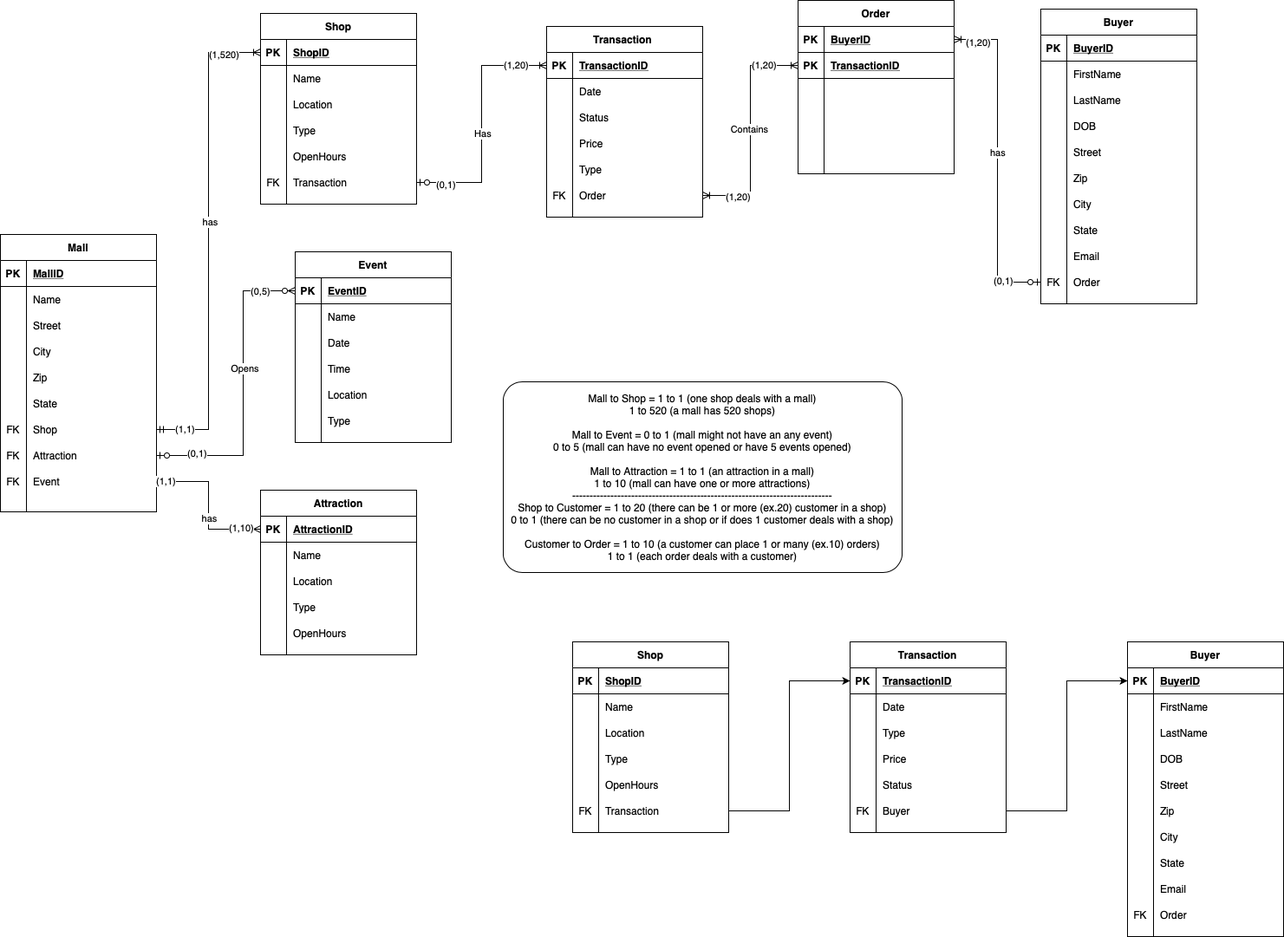
Above: GroupAssignment2.png in Ziyahh22/Project- (draw.io), before the change. Source tidied: cells renumbered, new cells last; positions are measured from the earlier drawing's top-left corner, leaving out a move shared by most shapes.
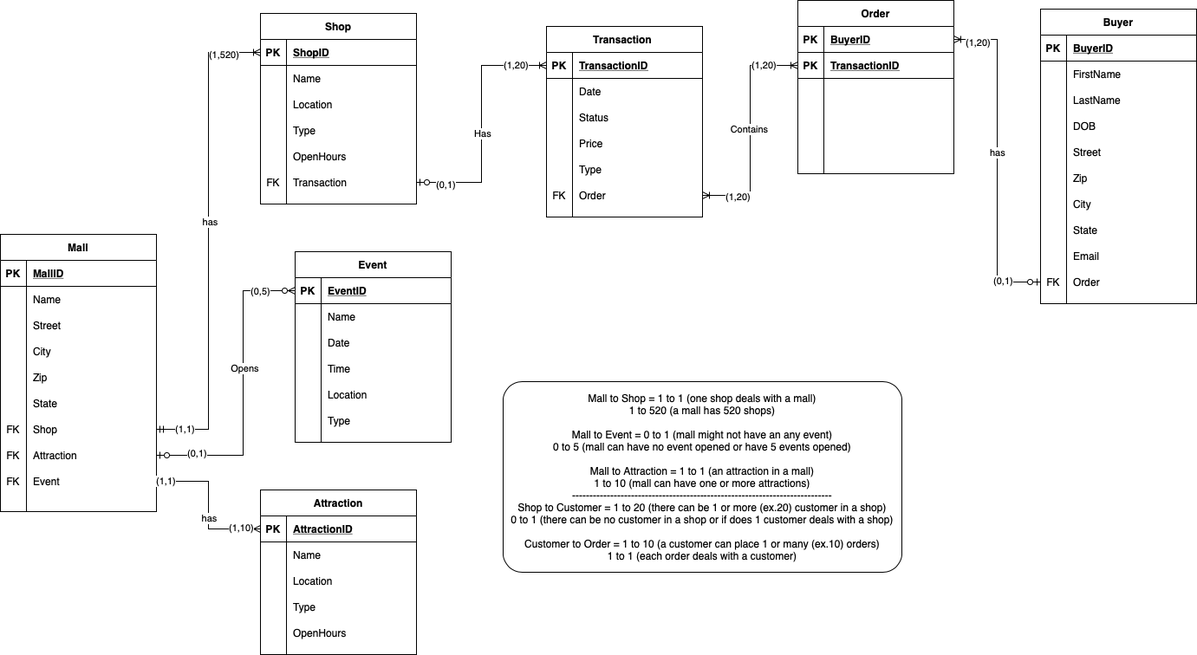
After the commit.

What changed in the source:
```diff
@@ -459,219 +459,6 @@
     <mxCell id="149" value="(0,1)" style="edgeLabel;html=1;align=center;verticalAlign=middle;" parent="146" vertex="1">
       <mxGeometry x="-0.74" y="3" relative="1" as="geometry" />
     </mxCell>
-    <mxCell id="150" value="Shop" style="shape=table;startSize=30;rowLines=0;fontStyle=1;align=center;" parent="1" vertex="1">
-      <mxGeometry x="660" y="740" width="180" height="220" as="geometry" />
-    </mxCell>
-    <mxCell id="151" style="shape=partialRectangle;fillColor=none;top=0;left=0;bottom=1;right=0;" parent="150" vertex="1">
-      <mxGeometry y="30" width="180" height="30" as="geometry" />
-    </mxCell>
-    <mxCell id="152" value="PK" style="shape=partialRectangle;fillColor=none;top=0;left=0;bottom=0;right=0;fontStyle=1;overflow=hidden;" parent="151" vertex="1">
-      <mxGeometry width="30" height="30" as="geometry" />
-    </mxCell>
-    <mxCell id="153" value="ShopID" style="shape=partialRectangle;fillColor=none;top=0;left=0;bottom=0;right=0;align=left;spacingLeft=6;fontStyle=5;overflow=hidden;" parent="151" vertex="1">
-      <mxGeometry x="30" width="150" height="30" as="geometry" />
-    </mxCell>
-    <mxCell id="154" style="shape=partialRectangle;fillColor=none;top=0;left=0;bottom=0;right=0;" parent="150" vertex="1">
-      <mxGeometry y="60" width="180" height="30" as="geometry" />
-    </mxCell>
-    <mxCell id="155" style="shape=partialRectangle;fillColor=none;top=0;left=0;bottom=0;right=0;overflow=hidden;" parent="154" vertex="1">
-      <mxGeometry width="30" height="30" as="geometry" />
-    </mxCell>
-    <mxCell id="156" value="Name" style="shape=partialRectangle;fillColor=none;top=0;left=0;bottom=0;right=0;align=left;spacingLeft=6;overflow=hidden;" parent="154" vertex="1">
-      <mxGeometry x="30" width="150" height="30" as="geometry" />
-    </mxCell>
-    <mxCell id="157" style="shape=partialRectangle;fillColor=none;top=0;left=0;bottom=0;right=0;" parent="150" vertex="1">
-      <mxGeometry y="90" width="180" height="30" as="geometry" />
-    </mxCell>
-    <mxCell id="158" style="shape=partialRectangle;fillColor=none;top=0;left=0;bottom=0;right=0;overflow=hidden;" parent="157" vertex="1">
-      <mxGeometry width="30" height="30" as="geometry" />
-    </mxCell>
-    <mxCell id="159" value="Location" style="shape=partialRectangle;fillColor=none;top=0;left=0;bottom=0;right=0;align=left;spacingLeft=6;overflow=hidden;" parent="157" vertex="1">
-      <mxGeometry x="30" width="150" height="30" as="geometry" />
-    </mxCell>
-    <mxCell id="160" style="shape=partialRectangle;fillColor=none;top=0;left=0;bottom=0;right=0;" parent="150" vertex="1">
-      <mxGeometry y="120" width="180" height="30" as="geometry" />
-    </mxCell>
-    <mxCell id="161" style="shape=partialRectangle;fillColor=none;top=0;left=0;bottom=0;right=0;overflow=hidden;" parent="160" vertex="1">
-      <mxGeometry width="30" height="30" as="geometry" />
-    </mxCell>
-    <mxCell id="162" value="Type" style="shape=partialRectangle;fillColor=none;top=0;left=0;bottom=0;right=0;align=left;spacingLeft=6;overflow=hidden;" parent="160" vertex="1">
-      <mxGeometry x="30" width="150" height="30" as="geometry" />
-    </mxCell>
-    <mxCell id="163" style="shape=partialRectangle;fillColor=none;top=0;left=0;bottom=0;right=0;" parent="150" vertex="1">
-      <mxGeometry y="150" width="180" height="30" as="geometry" />
-    </mxCell>
-    <mxCell id="164" style="shape=partialRectangle;fillColor=none;top=0;left=0;bottom=0;right=0;overflow=hidden;" parent="163" vertex="1">
-      <mxGeometry width="30" height="30" as="geometry" />
-    </mxCell>
-    <mxCell id="165" value="OpenHours" style="shape=partialRectangle;fillColor=none;top=0;left=0;bottom=0;right=0;align=left;spacingLeft=6;overflow=hidden;" parent="163" vertex="1">
-      <mxGeometry x="30" width="150" height="30" as="geometry" />
-    </mxCell>
-    <mxCell id="166" style="shape=partialRectangle;fillColor=none;top=0;left=0;bottom=0;right=0;points=[[0,0.5],[1,0.5]];portConstraint=eastwest;" parent="150" vertex="1">
-      <mxGeometry y="180" width="180" height="30" as="geometry" />
-    </mxCell>
-    <mxCell id="167" value="FK" style="shape=partialRectangle;fillColor=none;top=0;left=0;bottom=0;right=0;overflow=hidden;" parent="166" vertex="1">
-      <mxGeometry width="30" height="30" as="geometry" />
-    </mxCell>
-    <mxCell id="168" value="Transaction" style="shape=partialRectangle;fillColor=none;top=0;left=0;bottom=0;right=0;align=left;spacingLeft=6;overflow=hidden;" parent="166" vertex="1">
-      <mxGeometry x="30" width="150" height="30" as="geometry" />
-    </mxCell>
-    <mxCell id="169" value="Buyer" style="shape=table;startSize=30;rowLines=0;fontStyle=1;align=center;" parent="1" vertex="1">
-      <mxGeometry x="1300" y="740" width="180" height="340" as="geometry" />
-    </mxCell>
-    <mxCell id="170" style="shape=partialRectangle;fillColor=none;top=0;left=0;bottom=1;right=0;points=[[0,0.5],[1,0.5]];portConstraint=eastwest;" parent="169" vertex="1">
-      <mxGeometry y="30" width="180" height="30" as="geometry" />
-    </mxCell>
-    <mxCell id="171" value="PK" style="shape=partialRectangle;fillColor=none;top=0;left=0;bottom=0;right=0;fontStyle=1;overflow=hidden;" parent="170" vertex="1">
-      <mxGeometry width="30" height="30" as="geometry" />
-    </mxCell>
-    <mxCell id="172" value="BuyerID" style="shape=partialRectangle;fillColor=none;top=0;left=0;bottom=0;right=0;align=left;spacingLeft=6;fontStyle=5;overflow=hidden;" parent="170" vertex="1">
-      <mxGeometry x="30" width="150" height="30" as="geometry" />
-    </mxCell>
-    <mxCell id="173" style="shape=partialRectangle;fillColor=none;top=0;left=0;bottom=0;right=0;" parent="169" vertex="1">
-      <mxGeometry y="60" width="180" height="30" as="geometry" />
-    </mxCell>
-    <mxCell id="174" style="shape=partialRectangle;fillColor=none;top=0;left=0;bottom=0;right=0;overflow=hidden;" parent="173" vertex="1">
-      <mxGeometry width="30" height="30" as="geometry" />
-    </mxCell>
-    <mxCell id="175" value="FirstName" style="shape=partialRectangle;fillColor=none;top=0;left=0;bottom=0;right=0;align=left;spacingLeft=6;overflow=hidden;" parent="173" vertex="1">
-      <mxGeometry x="30" width="150" height="30" as="geometry" />
-    </mxCell>
-    <mxCell id="176" style="shape=partialRectangle;fillColor=none;top=0;left=0;bottom=0;right=0;" parent="169" vertex="1">
-      <mxGeometry y="90" width="180" height="30" as="geometry" />
-    </mxCell>
-    <mxCell id="177" style="shape=partialRectangle;fillColor=none;top=0;left=0;bottom=0;right=0;overflow=hidden;" parent="176" vertex="1">
-      <mxGeometry width="30" height="30" as="geometry" />
-    </mxCell>
-    <mxCell id="178" value="LastName" style="shape=partialRectangle;fillColor=none;top=0;left=0;bottom=0;right=0;align=left;spacingLeft=6;overflow=hidden;" parent="176" vertex="1">
-      <mxGeometry x="30" width="150" height="30" as="geometry" />
-    </mxCell>
-    <mxCell id="179" style="shape=partialRectangle;fillColor=none;top=0;left=0;bottom=0;right=0;" parent="169" vertex="1">
-      <mxGeometry y="120" width="180" height="30" as="geometry" />
-    </mxCell>
-    <mxCell id="180" style="shape=partialRectangle;fillColor=none;top=0;left=0;bottom=0;right=0;overflow=hidden;" parent="179" vertex="1">
-      <mxGeometry width="30" height="30" as="geometry" />
-    </mxCell>
-    <mxCell id="181" value="DOB" style="shape=partialRectangle;fillColor=none;top=0;left=0;bottom=0;right=0;align=left;spacingLeft=6;overflow=hidden;" parent="179" vertex="1">
-      <mxGeometry x="30" width="150" height="30" as="geometry" />
-    </mxCell>
-    <mxCell id="182" style="shape=partialRectangle;fillColor=none;top=0;left=0;bottom=0;right=0;" parent="169" vertex="1">
-      <mxGeometry y="150" width="180" height="30" as="geometry" />
-    </mxCell>
-    <mxCell id="183" style="shape=partialRectangle;fillColor=none;top=0;left=0;bottom=0;right=0;overflow=hidden;" parent="182" vertex="1">
-      <mxGeometry width="30" height="30" as="geometry" />
-    </mxCell>
-    <mxCell id="184" value="Street" style="shape=partialRectangle;fillColor=none;top=0;left=0;bottom=0;right=0;align=left;spacingLeft=6;overflow=hidden;" parent="182" vertex="1">
-      <mxGeometry x="30" width="150" height="30" as="geometry" />
-    </mxCell>
-    <mxCell id="185" style="shape=partialRectangle;fillColor=none;top=0;left=0;bottom=0;right=0;" parent="169" vertex="1">
-      <mxGeometry y="180" width="180" height="30" as="geometry" />
-    </mxCell>
-    <mxCell id="186" style="shape=partialRectangle;fillColor=none;top=0;left=0;bottom=0;right=0;overflow=hidden;" parent="185" vertex="1">
-      <mxGeometry width="30" height="30" as="geometry" />
-    </mxCell>
-    <mxCell id="187" value="Zip" style="shape=partialRectangle;fillColor=none;top=0;left=0;bottom=0;right=0;align=left;spacingLeft=6;overflow=hidden;" parent="185" vertex="1">
-      <mxGeometry x="30" width="150" height="30" as="geometry" />
-    </mxCell>
-    <mxCell id="188" style="shape=partialRectangle;fillColor=none;top=0;left=0;bottom=0;right=0;" parent="169" vertex="1">
-      <mxGeometry y="210" width="180" height="30" as="geometry" />
-    </mxCell>
-    <mxCell id="189" style="shape=partialRectangle;fillColor=none;top=0;left=0;bottom=0;right=0;overflow=hidden;" parent="188" vertex="1">
-      <mxGeometry width="30" height="30" as="geometry" />
-    </mxCell>
-    <mxCell id="190" value="City" style="shape=partialRectangle;fillColor=none;top=0;left=0;bottom=0;right=0;align=left;spacingLeft=6;overflow=hidden;" parent="188" vertex="1">
-      <mxGeometry x="30" width="150" height="30" as="geometry" />
-    </mxCell>
-    <mxCell id="191" style="shape=partialRectangle;fillColor=none;top=0;left=0;bottom=0;right=0;" parent="169" vertex="1">
-      <mxGeometry y="240" width="180" height="30" as="geometry" />
-    </mxCell>
-    <mxCell id="192" style="shape=partialRectangle;fillColor=none;top=0;left=0;bottom=0;right=0;overflow=hidden;" parent="191" vertex="1">
-      <mxGeometry width="30" height="30" as="geometry" />
-    </mxCell>
-    <mxCell id="193" value="State" style="shape=partialRectangle;fillColor=none;top=0;left=0;bottom=0;right=0;align=left;spacingLeft=6;overflow=hidden;" parent="191" vertex="1">
-      <mxGeometry x="30" width="150" height="30" as="geometry" />
-    </mxCell>
-    <mxCell id="194" style="shape=partialRectangle;fillColor=none;top=0;left=0;bottom=0;right=0;" parent="169" vertex="1">
-      <mxGeometry y="270" width="180" height="30" as="geometry" />
-    </mxCell>
-    <mxCell id="195" style="shape=partialRectangle;fillColor=none;top=0;left=0;bottom=0;right=0;overflow=hidden;" parent="194" vertex="1">
-      <mxGeometry width="30" height="30" as="geometry" />
-    </mxCell>
-    <mxCell id="196" value="Email" style="shape=partialRectangle;fillColor=none;top=0;left=0;bottom=0;right=0;align=left;spacingLeft=6;overflow=hidden;" parent="194" vertex="1">
-      <mxGeometry x="30" width="150" height="30" as="geometry" />
-    </mxCell>
-    <mxCell id="197" style="shape=partialRectangle;fillColor=none;top=0;left=0;bottom=0;right=0;" parent="169" vertex="1">
-      <mxGeometry y="300" width="180" height="30" as="geometry" />
-    </mxCell>
-    <mxCell id="198" value="FK" style="shape=partialRectangle;fillColor=none;top=0;left=0;bottom=0;right=0;overflow=hidden;" parent="197" vertex="1">
-      <mxGeometry width="30" height="30" as="geometry" />
-    </mxCell>
-    <mxCell id="199" value="Order" style="shape=partialRectangle;fillColor=none;top=0;left=0;bottom=0;right=0;align=left;spacingLeft=6;overflow=hidden;" parent="197" vertex="1">
-      <mxGeometry x="30" width="150" height="30" as="geometry" />
-    </mxCell>
-    <mxCell id="200" value="Transaction" style="shape=table;startSize=30;rowLines=0;fontStyle=1;align=center;" parent="1" vertex="1">
-      <mxGeometry x="980" y="740" width="180" height="220" as="geometry" />
-    </mxCell>
-    <mxCell id="201" style="shape=partialRectangle;fillColor=none;top=0;left=0;bottom=1;right=0;points=[[0,0.5],[1,0.5]];portConstraint=eastwest;" parent="200" vertex="1">
-      <mxGeometry y="30" width="180" height="30" as="geometry" />
-    </mxCell>
-    <mxCell id="202" value="PK" style="shape=partialRectangle;fillColor=none;top=0;left=0;bottom=0;right=0;fontStyle=1;overflow=hidden;" parent="201" vertex="1">
-      <mxGeometry width="30" height="30" as="geometry" />
-    </mxCell>
-    <mxCell id="203" value="TransactionID" style="shape=partialRectangle;fillColor=none;top=0;left=0;bottom=0;right=0;align=left;spacingLeft=6;fontStyle=5;overflow=hidden;" parent="201" vertex="1">
-      <mxGeometry x="30" width="150" height="30" as="geometry" />
-    </mxCell>
-    <mxCell id="204" style="shape=partialRectangle;fillColor=none;top=0;left=0;bottom=0;right=0;" parent="200" vertex="1">
-      <mxGeometry y="60" width="180" height="30" as="geometry" />
-    </mxCell>
-    <mxCell id="205" style="shape=partialRectangle;fillColor=none;top=0;left=0;bottom=0;right=0;overflow=hidden;" parent="204" vertex="1">
-      <mxGeometry width="30" height="30" as="geometry" />
-    </mxCell>
-    <mxCell id="206" value="Date" style="shape=partialRectangle;fillColor=none;top=0;left=0;bottom=0;right=0;align=left;spacingLeft=6;overflow=hidden;" parent="204" vertex="1">
-      <mxGeometry x="30" width="150" height="30" as="geometry" />
-    </mxCell>
-    <mxCell id="207" style="shape=partialRectangle;fillColor=none;top=0;left=0;bottom=0;right=0;" parent="200" vertex="1">
-      <mxGeometry y="90" width="180" height="30" as="geometry" />
-    </mxCell>
-    <mxCell id="208" style="shape=partialRectangle;fillColor=none;top=0;left=0;bottom=0;right=0;overflow=hidden;" parent="207" vertex="1">
-      <mxGeometry width="30" height="30" as="geometry" />
-    </mxCell>
-    <mxCell id="209" value="Type" style="shape=partialRectangle;fillColor=none;top=0;left=0;bottom=0;right=0;align=left;spacingLeft=6;overflow=hidden;" parent="207" vertex="1">
-      <mxGeometry x="30" width="150" height="30" as="geometry" />
-    </mxCell>
-    <mxCell id="210" style="shape=partialRectangle;fillColor=none;top=0;left=0;bottom=0;right=0;" parent="200" vertex="1">
-      <mxGeometry y="120" width="180" height="30" as="geometry" />
-    </mxCell>
-    <mxCell id="211" style="shape=partialRectangle;fillColor=none;top=0;left=0;bottom=0;right=0;overflow=hidden;" parent="210" vertex="1">
-      <mxGeometry width="30" height="30" as="geometry" />
-    </mxCell>
-    <mxCell id="212" value="Price" style="shape=partialRectangle;fillColor=none;top=0;left=0;bottom=0;right=0;align=left;spacingLeft=6;overflow=hidden;" parent="210" vertex="1">
-      <mxGeometry x="30" width="150" height="30" as="geometry" />
-    </mxCell>
-    <mxCell id="213" style="shape=partialRectangle;fillColor=none;top=0;left=0;bottom=0;right=0;" parent="200" vertex="1">
-      <mxGeometry y="150" width="180" height="30" as="geometry" />
-    </mxCell>
-    <mxCell id="214" style="shape=partialRectangle;fillColor=none;top=0;left=0;bottom=0;right=0;overflow=hidden;" parent="213" vertex="1">
-      <mxGeometry width="30" height="30" as="geometry" />
-    </mxCell>
-    <mxCell id="215" value="Status" style="shape=partialRectangle;fillColor=none;top=0;left=0;bottom=0;right=0;align=left;spacingLeft=6;overflow=hidden;" parent="213" vertex="1">
-      <mxGeometry x="30" width="150" height="30" as="geometry" />
-    </mxCell>
-    <mxCell id="216" style="shape=partialRectangle;fillColor=none;top=0;left=0;bottom=0;right=0;points=[[0,0.5],[1,0.5]];portConstraint=eastwest;" parent="200" vertex="1">
-      <mxGeometry y="180" width="180" height="30" as="geometry" />
-    </mxCell>
-    <mxCell id="217" value="FK" style="shape=partialRectangle;fillColor=none;top=0;left=0;bottom=0;right=0;overflow=hidden;" parent="216" vertex="1">
-      <mxGeometry width="30" height="30" as="geometry" />
-    </mxCell>
-    <mxCell id="218" value="Buyer" style="shape=partialRectangle;fillColor=none;top=0;left=0;bottom=0;right=0;align=left;spacingLeft=6;overflow=hidden;" parent="216" vertex="1">
-      <mxGeometry x="30" width="150" height="30" as="geometry" />
-    </mxCell>
-    <mxCell id="219" style="edgeStyle=orthogonalEdgeStyle;rounded=0;jettySize=auto;html=1;exitX=1;exitY=0.5;exitDx=0;exitDy=0;entryX=0;entryY=0.5;entryDx=0;entryDy=0;" parent="1" edge="1" source="166" target="201">
-      <mxGeometry relative="1" as="geometry" />
-    </mxCell>
-    <mxCell id="220" style="edgeStyle=orthogonalEdgeStyle;rounded=0;jettySize=auto;html=1;exitX=1;exitY=0.5;exitDx=0;exitDy=0;entryX=0;entryY=0.5;entryDx=0;entryDy=0;" parent="1" edge="1" source="216" target="170">
-      <mxGeometry relative="1" as="geometry" />
-    </mxCell>
     <mxCell id="221" value="Transaction " style="shape=table;startSize=30;rowLines=0;fontStyle=1;align=center;" parent="1" vertex="1">
       <mxGeometry x="630" y="30" width="180" height="220" as="geometry" />
     </mxCell>
```
